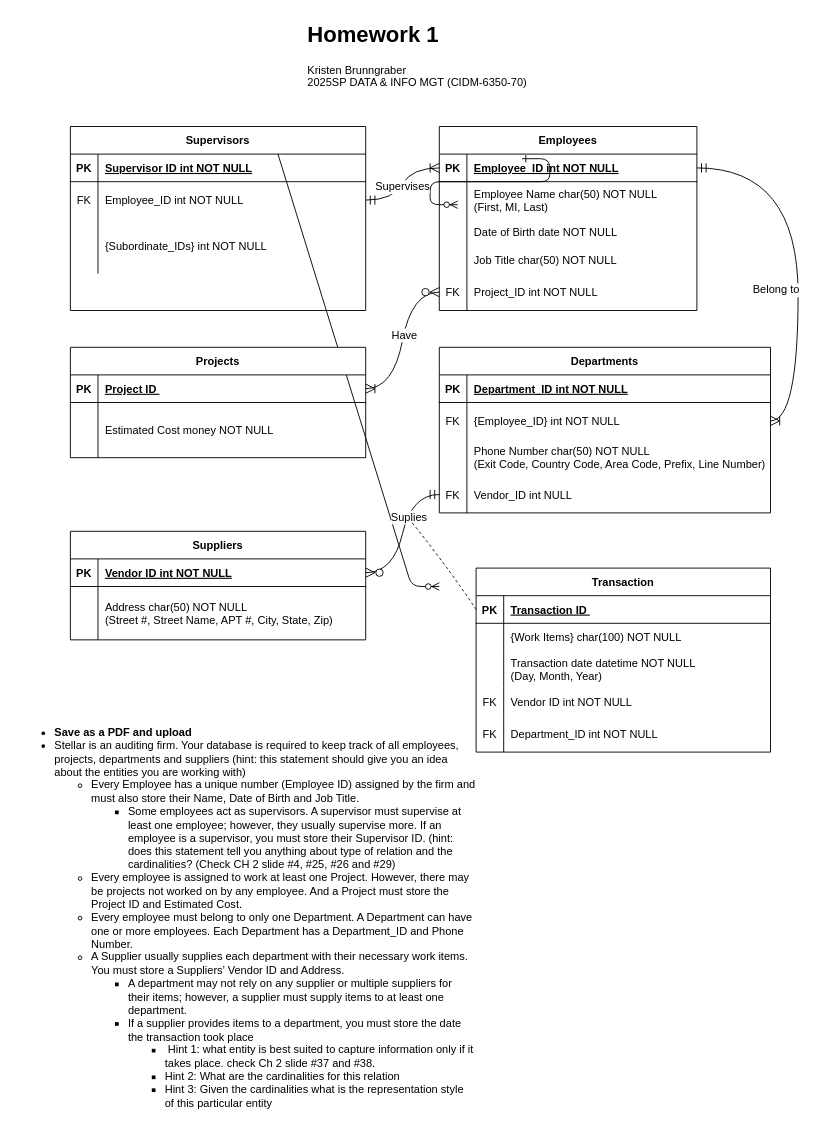
The draw.io diagram Untitled Diagram.drawio in k-wtamu/CIDM6330, before the edit. Source tidied: cells renumbered, new cells numbered last; positions are measured from the earlier drawing's top-left corner, leaving out a move shared by most shapes. Both pictures are drawn from the tidied source at 92%, with x=0, y=0 at pixel (16, 16).
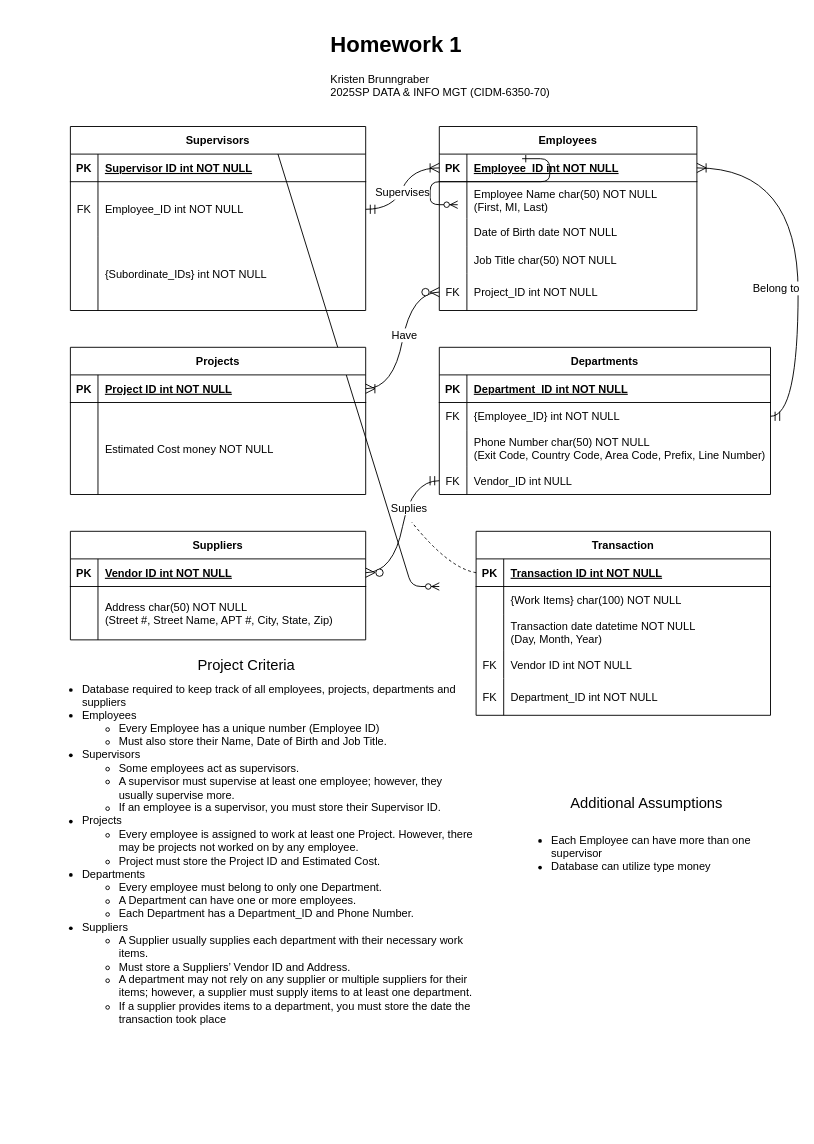
After the change.

The change refers to these unchanged cells:
```xml
<mxCell id="7" style="shape=partialRectangle;fillColor=none;points=[[0,0.5],[1,0.5]];portConstraint=eastwest;top=0;left=0;right=0;bottom=1;" parent="6" vertex="1">
  <mxGeometry y="30" width="280" height="30" as="geometry" />
</mxCell>
<mxCell id="23" style="shape=partialRectangle;fillColor=none;points=[[0,0.5],[1,0.5]];portConstraint=eastwest;top=0;left=0;right=0;bottom=1;" parent="22" vertex="1">
  <mxGeometry y="30" width="321" height="30" as="geometry" />
</mxCell>
<mxCell id="49" value="Supervisors" style="shape=table;startSize=30;childLayout=tableLayout;rowLines=0;fontStyle=1;align=center;" parent="1" vertex="1">
  <mxGeometry x="59" y="120" width="321" height="200" as="geometry" />
</mxCell>
<mxCell id="60" style="shape=partialRectangle;fillColor=none;points=[[0,0.5],[1,0.5]];portConstraint=eastwest;top=0;left=0;right=0;bottom=1;" parent="59" vertex="1">
  <mxGeometry y="30" width="320" height="30" as="geometry" />
</mxCell>
```

What changed in the source:
```diff
@@
     <mxCell id="4" value="&lt;h1 style=&quot;margin-top: 0px;&quot;&gt;Homework 1&lt;/h1&gt;&lt;div&gt;&lt;div&gt;Kristen Brunngraber&lt;/div&gt;&lt;div&gt;2025SP DATA &amp;amp; INFO MGT (CIDM-6350-70)&lt;br&gt;&lt;/div&gt;&lt;/div&gt;" style="text;html=1;whiteSpace=wrap;overflow=hidden;rounded=0;" parent="1" vertex="1">
-      <mxGeometry x="315" width="260" height="90" as="geometry" />
+      <mxGeometry x="340" y="10" width="250" height="90" as="geometry" />
     </mxCell>
-    <mxCell id="5" value="&lt;ul&gt;&lt;li&gt;&lt;b&gt;Save as a PDF and upload&lt;/b&gt;&lt;/li&gt;&lt;li&gt;Stellar is an auditing firm. Your database is required to keep track of all employees, projects, departments and suppliers (hint: this statement should give you an idea about the entities you are working with)&lt;/li&gt;&lt;ul&gt;&lt;li&gt;Every Employee has a unique number (Employee ID) assigned by the firm and must also store their Name, Date of Birth and Job Title.&lt;/li&gt;&lt;ul&gt;&lt;li&gt;Some employees act as supervisors. A supervisor must supervise at least one employee; however, they usually supervise more. If an employee is a supervisor, you must store their Supervisor ID. (hint: does this statement tell you anything about type of relation and the cardinalities? (Check CH 2 slide #4, #25, #26 and #29)&lt;/li&gt;&lt;/ul&gt;&lt;li&gt;Every employee is assigned to work at least one Project. However, there may be projects not worked on by any employee. And a Project must store the Project ID and Estimated Cost.&lt;/li&gt;&lt;li&gt;Every employee must belong to only one Department. A Department can have one or more employees. Each Department has a Department_ID and Phone Number.&lt;/li&gt;&lt;li&gt;A Supplier usually supplies each department with their necessary work items. You must store a Suppliers’ Vendor ID and Address.&lt;/li&gt;&lt;ul&gt;&lt;li&gt;A department may not rely on any supplier or multiple suppliers for their items; however, a supplier must supply items to at least one department.&lt;/li&gt;&lt;li&gt;If a supplier provides items to a department, you must store the date the transaction took place&lt;/li&gt;&lt;ul&gt;&lt;li&gt;&amp;nbsp;Hint 1: what entity is best suited to capture information only if it takes place. check Ch 2 slide #37 and #38.&lt;/li&gt;&lt;li&gt;Hint 2: What are the cardinalities for this relation&lt;/li&gt;&lt;li&gt;Hint 3: Given the cardinalities what is the representation style of this particular entity&lt;/li&gt;&lt;/ul&gt;&lt;/ul&gt;&lt;/ul&gt;&lt;/ul&gt;" style="text;strokeColor=none;fillColor=none;html=1;whiteSpace=wrap;verticalAlign=middle;overflow=hidden;" parent="1" vertex="1">
-      <mxGeometry y="750" width="500" height="460" as="geometry" />
+    <mxCell id="5" value="&lt;ul&gt;&lt;li&gt;&lt;span style=&quot;background-color: transparent; color: light-dark(rgb(0, 0, 0), rgb(255, 255, 255));&quot;&gt;Database required to keep track of all employees, projects, departments and suppliers&lt;/span&gt;&lt;/li&gt;&lt;li&gt;&lt;span style=&quot;background-color: transparent; color: light-dark(rgb(0, 0, 0), rgb(255, 255, 255));&quot;&gt;Employees&lt;/span&gt;&lt;/li&gt;&lt;ul&gt;&lt;li&gt;Every Employee has a unique number (Employee ID)&lt;/li&gt;&lt;li&gt;Must also store their Name, Date of Birth and Job Title.&lt;/li&gt;&lt;/ul&gt;&lt;li&gt;&lt;span style=&quot;background-color: transparent; color: light-dark(rgb(0, 0, 0), rgb(255, 255, 255));&quot;&gt;Supervisors&lt;/span&gt;&lt;/li&gt;&lt;ul&gt;&lt;li&gt;&lt;span style=&quot;background-color: transparent; color: light-dark(rgb(0, 0, 0), rgb(255, 255, 255));&quot;&gt;Some employees act as supervisors.&amp;nbsp;&lt;/span&gt;&lt;/li&gt;&lt;li&gt;&lt;span style=&quot;background-color: transparent; color: light-dark(rgb(0, 0, 0), rgb(255, 255, 255));&quot;&gt;A supervisor must supervise at least one employee; however, they usually supervise more.&amp;nbsp;&lt;/span&gt;&lt;/li&gt;&lt;li&gt;If an employee is a supervisor, you must store their Supervisor ID.&lt;/li&gt;&lt;/ul&gt;&lt;li&gt;Projects&lt;/li&gt;&lt;ul&gt;&lt;li&gt;Every employee is assigned to work at least one Project. However, there may be projects not worked on by any employee.&amp;nbsp;&lt;/li&gt;&lt;li&gt;Project must store the Project ID and Estimated Cost.&lt;/li&gt;&lt;/ul&gt;&lt;li&gt;Departments&lt;/li&gt;&lt;ul&gt;&lt;li&gt;Every employee must belong to only one Department.&amp;nbsp;&lt;/li&gt;&lt;li&gt;A Department can have one or more employees.&amp;nbsp;&lt;/li&gt;&lt;li&gt;Each Department has a Department_ID and Phone Number.&lt;/li&gt;&lt;/ul&gt;&lt;li&gt;Suppliers&lt;/li&gt;&lt;ul&gt;&lt;li&gt;A Supplier usually supplies each department with their necessary work items.&amp;nbsp;&lt;/li&gt;&lt;li&gt;Must store a Suppliers’ Vendor ID and Address.&lt;/li&gt;&lt;li&gt;A department may not rely on any supplier or multiple suppliers for their items; however, a supplier must supply items to at least one department.&lt;/li&gt;&lt;li&gt;If a supplier provides items to a department, you must store the date the transaction took place&lt;/li&gt;&lt;/ul&gt;&lt;/ul&gt;" style="text;strokeColor=none;fillColor=none;html=1;whiteSpace=wrap;verticalAlign=middle;overflow=hidden;" parent="1" vertex="1">
+      <mxGeometry x="30" y="710" width="470" height="390" as="geometry" />
     </mxCell>
@@
     <mxCell id="22" value="Projects" style="shape=table;startSize=30;childLayout=tableLayout;rowLines=0;fontStyle=1;align=center;" parent="1" vertex="1">
-      <mxGeometry x="59" y="360" width="321" height="120" as="geometry" />
+      <mxGeometry x="59" y="360" width="321" height="160" as="geometry" />
     </mxCell>
@@
-    <mxCell id="25" value="Project ID " style="shape=partialRectangle;overflow=hidden;fillColor=none;top=0;left=0;bottom=0;right=0;align=left;spacingLeft=6;fontStyle=5;" parent="23" vertex="1">
+    <mxCell id="25" value="Project ID int NOT NULL" style="shape=partialRectangle;overflow=hidden;fillColor=none;top=0;left=0;bottom=0;right=0;align=left;spacingLeft=6;fontStyle=5;" parent="23" vertex="1">
       <mxGeometry x="30" width="291" height="30" as="geometry" />
     </mxCell>
     <mxCell id="26" style="shape=partialRectangle;fillColor=none;top=0;left=0;right=0;bottom=0;" parent="22" vertex="1">
-      <mxGeometry y="60" width="321" height="60" as="geometry" />
+      <mxGeometry y="60" width="321" height="100" as="geometry" />
     </mxCell>
     <mxCell id="27" style="shape=partialRectangle;overflow=hidden;fillColor=none;top=0;left=0;bottom=0;right=0;" parent="26" vertex="1">
-      <mxGeometry width="30" height="60" as="geometry" />
+      <mxGeometry width="30" height="100" as="geometry" />
     </mxCell>
     <mxCell id="28" value="Estimated Cost money NOT NULL" style="shape=partialRectangle;overflow=hidden;fillColor=none;top=0;left=0;bottom=0;right=0;align=left;spacingLeft=6;" parent="26" vertex="1">
-      <mxGeometry x="30" width="291" height="60" as="geometry" />
+      <mxGeometry x="30" width="291" height="100" as="geometry" />
     </mxCell>
     <mxCell id="29" value="Departments" style="shape=table;startSize=30;childLayout=tableLayout;rowLines=0;fontStyle=1;align=center;" parent="1" vertex="1">
-      <mxGeometry x="460" y="360" width="360" height="180" as="geometry" />
+      <mxGeometry x="460" y="360" width="360" height="160" as="geometry" />
     </mxCell>
@@
     <mxCell id="33" style="shape=partialRectangle;fillColor=none;points=[[0,0.5],[1,0.5]];portConstraint=eastwest;top=0;left=0;right=0;bottom=0;" parent="29" vertex="1">
-      <mxGeometry y="60" width="360" height="40" as="geometry" />
+      <mxGeometry y="60" width="360" height="30" as="geometry" />
     </mxCell>
     <mxCell id="34" value="FK" style="shape=partialRectangle;overflow=hidden;fillColor=none;top=0;left=0;bottom=0;right=0;" parent="33" vertex="1">
-      <mxGeometry width="30" height="40" as="geometry" />
+      <mxGeometry width="30" height="30" as="geometry" />
     </mxCell>
     <mxCell id="35" value="{Employee_ID} int NOT NULL" style="shape=partialRectangle;overflow=hidden;fillColor=none;top=0;left=0;bottom=0;right=0;align=left;spacingLeft=6;" parent="33" vertex="1">
-      <mxGeometry x="30" width="330" height="40" as="geometry" />
+      <mxGeometry x="30" width="330" height="30" as="geometry" />
     </mxCell>
     <mxCell id="36" style="shape=partialRectangle;fillColor=none;top=0;left=0;right=0;bottom=0;" parent="29" vertex="1">
-      <mxGeometry y="100" width="360" height="40" as="geometry" />
+      <mxGeometry y="90" width="360" height="40" as="geometry" />
     </mxCell>
@@
     <mxCell id="39" style="shape=partialRectangle;fillColor=none;points=[[0,0.5],[1,0.5]];portConstraint=eastwest;top=0;left=0;right=0;bottom=0;" parent="29" vertex="1">
-      <mxGeometry y="140" width="360" height="40" as="geometry" />
+      <mxGeometry y="130" width="360" height="30" as="geometry" />
     </mxCell>
     <mxCell id="40" value="FK" style="shape=partialRectangle;overflow=hidden;fillColor=none;top=0;left=0;bottom=0;right=0;" parent="39" vertex="1">
-      <mxGeometry width="30" height="40" as="geometry" />
+      <mxGeometry width="30" height="30" as="geometry" />
     </mxCell>
     <mxCell id="41" value="Vendor_ID int NULL" style="shape=partialRectangle;overflow=hidden;fillColor=none;top=0;left=0;bottom=0;right=0;align=left;spacingLeft=6;" parent="39" vertex="1">
-      <mxGeometry x="30" width="330" height="40" as="geometry" />
+      <mxGeometry x="30" width="330" height="30" as="geometry" />
     </mxCell>
@@
     <mxCell id="53" style="shape=partialRectangle;fillColor=none;points=[[0,0.5],[1,0.5]];portConstraint=eastwest;top=0;left=0;right=0;bottom=0;" parent="49" vertex="1">
-      <mxGeometry y="60" width="321" height="40" as="geometry" />
+      <mxGeometry y="60" width="321" height="60" as="geometry" />
     </mxCell>
     <mxCell id="54" value="FK" style="shape=partialRectangle;overflow=hidden;fillColor=none;top=0;left=0;bottom=0;right=0;" parent="53" vertex="1">
-      <mxGeometry width="30" height="40" as="geometry" />
+      <mxGeometry width="30" height="60" as="geometry" />
     </mxCell>
     <mxCell id="55" value="Employee_ID int NOT NULL" style="shape=partialRectangle;overflow=hidden;fillColor=none;top=0;left=0;bottom=0;right=0;align=left;spacingLeft=6;" parent="53" vertex="1">
-      <mxGeometry x="30" width="291" height="40" as="geometry" />
+      <mxGeometry x="30" width="291" height="60" as="geometry" />
     </mxCell>
     <mxCell id="56" style="shape=partialRectangle;fillColor=none;top=0;left=0;right=0;bottom=0;" parent="49" vertex="1">
-      <mxGeometry y="100" width="321" height="60" as="geometry" />
+      <mxGeometry y="120" width="321" height="80" as="geometry" />
     </mxCell>
     <mxCell id="57" value="&#10;" style="shape=partialRectangle;overflow=hidden;fillColor=none;top=0;left=0;bottom=0;right=0;" parent="56" vertex="1">
-      <mxGeometry width="30" height="60" as="geometry" />
+      <mxGeometry width="30" height="80" as="geometry" />
     </mxCell>
     <mxCell id="58" value="{Subordinate_IDs} int NOT NULL" style="shape=partialRectangle;overflow=hidden;fillColor=none;top=0;left=0;bottom=0;right=0;align=left;spacingLeft=6;" parent="56" vertex="1">
-      <mxGeometry x="30" width="291" height="60" as="geometry" />
+      <mxGeometry x="30" width="291" height="80" as="geometry" />
     </mxCell>
     <mxCell id="59" value="Transaction" style="shape=table;startSize=30;childLayout=tableLayout;rowLines=0;fontStyle=1;align=center;" parent="1" vertex="1">
-      <mxGeometry x="500" y="600" width="320" height="200" as="geometry" />
+      <mxGeometry x="500" y="560" width="320" height="200" as="geometry" />
     </mxCell>
@@
-    <mxCell id="62" value="Transaction ID " style="shape=partialRectangle;overflow=hidden;fillColor=none;top=0;left=0;bottom=0;right=0;align=left;spacingLeft=6;fontStyle=5;" parent="60" vertex="1">
+    <mxCell id="62" value="Transaction ID int NOT NULL" style="shape=partialRectangle;overflow=hidden;fillColor=none;top=0;left=0;bottom=0;right=0;align=left;spacingLeft=6;fontStyle=5;" parent="60" vertex="1">
       <mxGeometry x="30" width="290" height="30" as="geometry" />
     </mxCell>
@@
-    <mxCell id="81" style="edgeStyle=entityRelationEdgeStyle;fontSize=12;html=1;endArrow=ERoneToMany;startArrow=ERmandOne;rounded=0;startSize=8;endSize=8;curved=1;exitX=1;exitY=0.5;exitDx=0;exitDy=0;endFill=0;" parent="1" edge="1" source="7" target="33">
+    <mxCell id="81" style="edgeStyle=entityRelationEdgeStyle;fontSize=12;html=1;endArrow=ERmandOne;startArrow=ERoneToMany;rounded=0;startSize=8;endSize=8;curved=1;exitX=1;exitY=0.5;exitDx=0;exitDy=0;endFill=0;startFill=0;" parent="1" edge="1" source="7" target="33">
       <mxGeometry relative="1" as="geometry">
         <Array as="points">
           <mxPoint x="730" y="240" />
           <mxPoint x="760" y="250" />
           <mxPoint x="730" y="210" />
         </Array>
       </mxGeometry>
     </mxCell>
@@
+    <mxCell id="84" value="&lt;ul&gt;&lt;li&gt;Each Employee can have more than one supervisor&amp;nbsp;&lt;/li&gt;&lt;li&gt;Database can utilize type money&lt;/li&gt;&lt;/ul&gt;" style="text;strokeColor=none;fillColor=none;html=1;whiteSpace=wrap;verticalAlign=middle;overflow=hidden;" parent="1" vertex="1">
+      <mxGeometry x="540" y="870" width="310" height="80" as="geometry" />
+    </mxCell>
+    <mxCell id="85" value="Additional Assumptions" style="text;html=1;align=center;verticalAlign=middle;strokeColor=none;fillColor=none;fontSize=16;" parent="1" vertex="1">
+      <mxGeometry x="590" y="840" width="190" height="30" as="geometry" />
+    </mxCell>
+    <mxCell id="86" value="Project Criteria" style="text;html=1;align=center;verticalAlign=middle;strokeColor=none;fillColor=none;fontSize=16;" parent="1" vertex="1">
+      <mxGeometry x="185" y="690" width="130" height="30" as="geometry" />
+    </mxCell>
```
